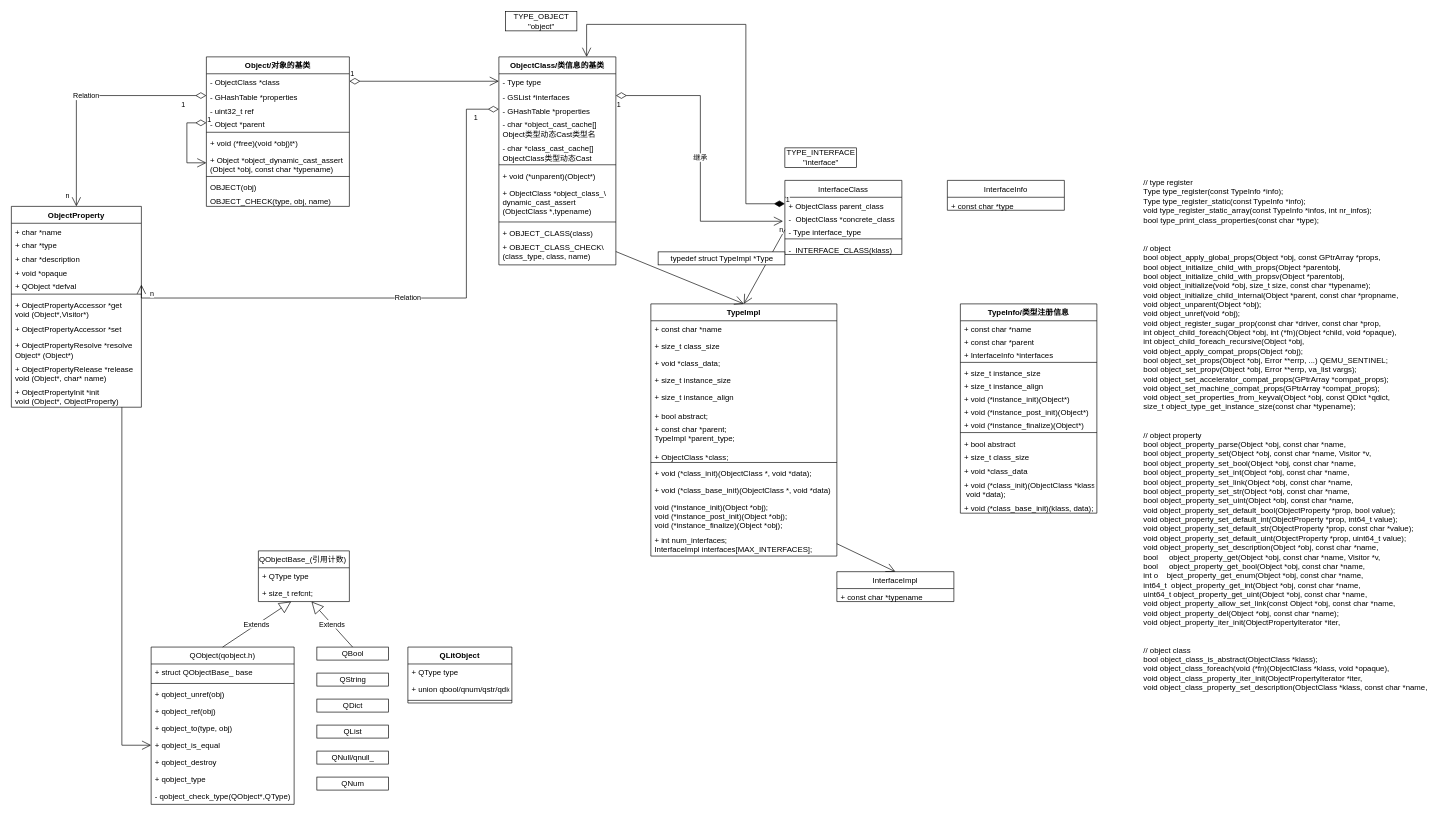
Earlier version of the draw.io diagram QOM.drawio (youtubezou/A-thinking-in-linux). Source tidied: cells renumbered, new cells numbered last; positions are measured from the earlier drawing's top-left corner, leaving out a move shared by most shapes. Both pictures are drawn from the tidied source at 65%, with x=0, y=0 at pixel (11, 11).
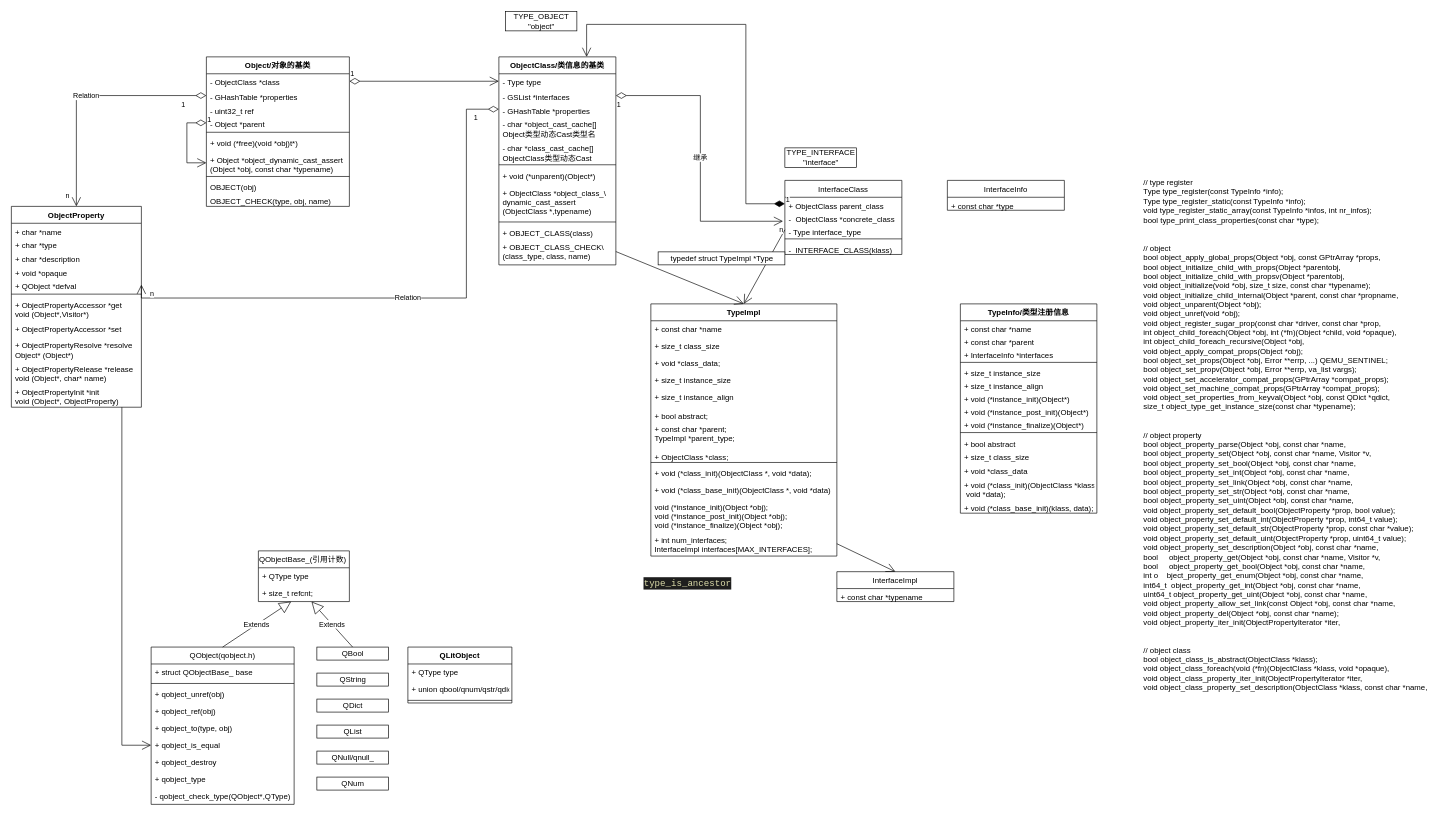
Above is the later version.

The edit, as a diff of the source:
```diff
@@
+    <mxCell id="122" value="&lt;div style=&quot;color: rgb(212 , 212 , 212) ; background-color: rgb(30 , 30 , 30) ; font-family: &amp;#34;consolas&amp;#34; , &amp;#34;courier new&amp;#34; , monospace ; font-size: 14px ; line-height: 19px&quot;&gt;&lt;span style=&quot;color: #dcdcaa&quot;&gt;type_is_ancestor&lt;/span&gt;&lt;/div&gt;" style="text;html=1;align=center;verticalAlign=middle;strokeColor=none;fillColor=none;" parent="1" vertex="1">
+      <mxGeometry x="970" y="870" width="140" height="20" as="geometry" />
+    </mxCell>
```
